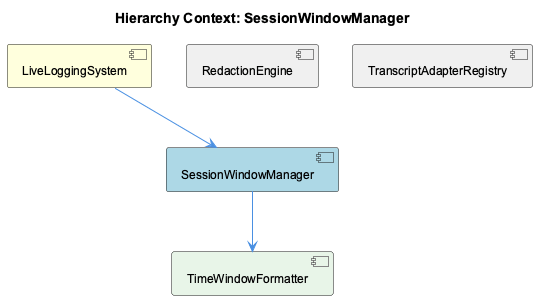
Before: knowledge-management/insights/images/session-window-manager-relationship.png, a diagram exported from PlantUML (fwornle/coding). Source of this version:
```plantuml
@startuml
!include _standard-style.puml

title Hierarchy Context: SessionWindowManager

[LiveLoggingSystem] as live_logging_system #FFFFDD
[SessionWindowManager] as session_window_manager #LightBlue
[RedactionEngine] as redaction_engine #F0F0F0
[TranscriptAdapterRegistry] as transcript_adapter_registry #F0F0F0
[TimeWindowFormatter] as time_window_formatter #E8F5E8

live_logging_system --> session_window_manager
redaction_engine -[hidden]- session_window_manager
transcript_adapter_registry -[hidden]- session_window_manager
session_window_manager --> time_window_formatter

@enduml
```
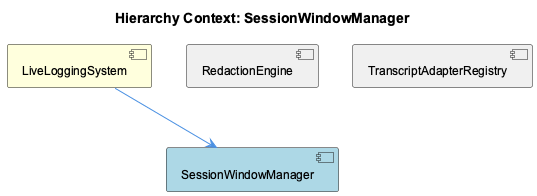
After the commit.

What changed in the source:
```diff
@@ -7,11 +7,9 @@
 [SessionWindowManager] as session_window_manager #LightBlue
 [RedactionEngine] as redaction_engine #F0F0F0
 [TranscriptAdapterRegistry] as transcript_adapter_registry #F0F0F0
-[TimeWindowFormatter] as time_window_formatter #E8F5E8
 
 live_logging_system --> session_window_manager
 redaction_engine -[hidden]- session_window_manager
 transcript_adapter_registry -[hidden]- session_window_manager
-session_window_manager --> time_window_formatter
 
 @enduml
```
